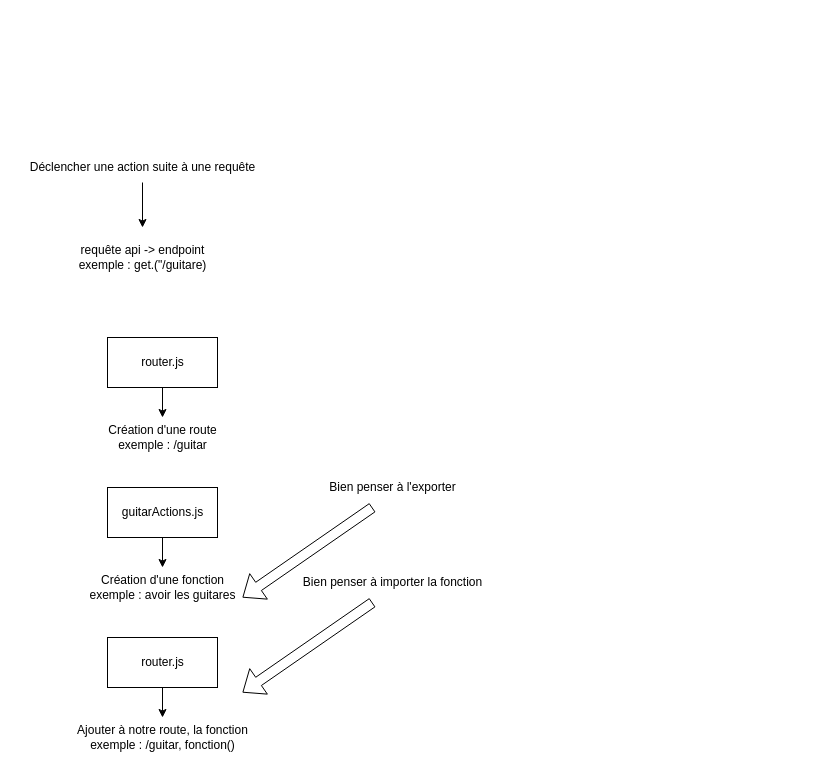
The draw.io diagram page "Procédure" (4 of 4) of server/public/schemas/architecture.drawio in kpeset/guitareshop, before the edit. Source tidied: cells renumbered, new cells numbered last; positions are measured from the earlier drawing's top-left corner, leaving out a move shared by most shapes. Both pictures are drawn from the tidied source at 100%, with x=0, y=0 at pixel (17, 152).
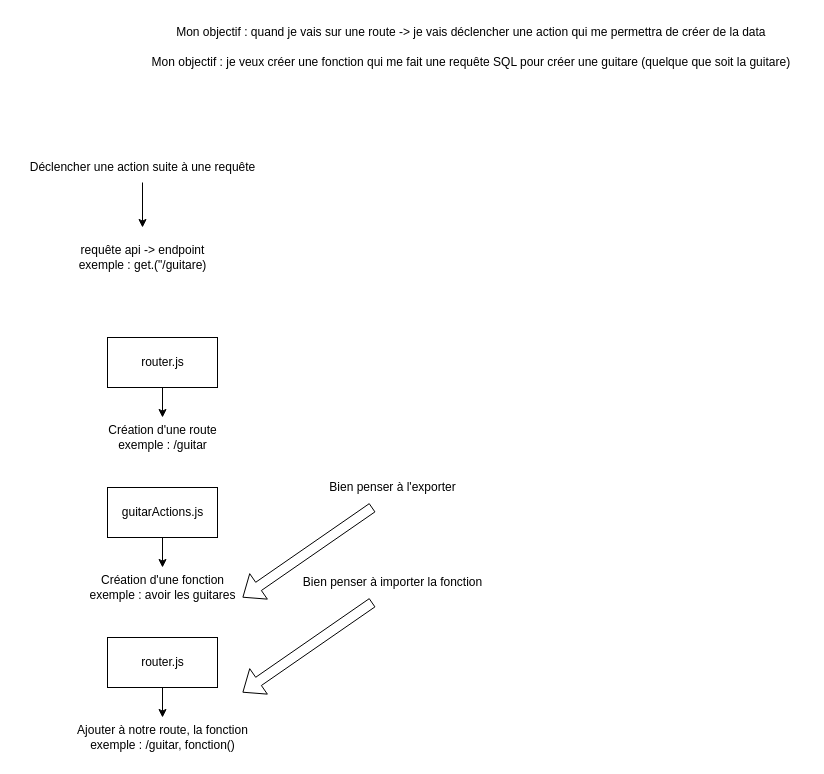
Above is the later version.

What changed in the source:
```diff
@@
+    <mxCell id="18" value="Mon objectif : quand je vais sur une route -&amp;gt; je vais déclencher une action qui me permettra de créer de la data&amp;nbsp;" style="text;html=1;align=center;verticalAlign=middle;strokeColor=none;fillColor=none;" parent="1" vertex="1">
+      <mxGeometry x="145" y="-135" width="620" height="30" as="geometry" />
+    </mxCell>
+    <mxCell id="19" value="Mon objectif : je veux créer une fonction qui me fait une requête SQL pour créer une guitare (quelque que soit la guitare)&amp;nbsp;" style="text;html=1;align=center;verticalAlign=middle;strokeColor=none;fillColor=none;" parent="1" vertex="1">
+      <mxGeometry x="120" y="-105" width="670" height="30" as="geometry" />
+    </mxCell>
```
